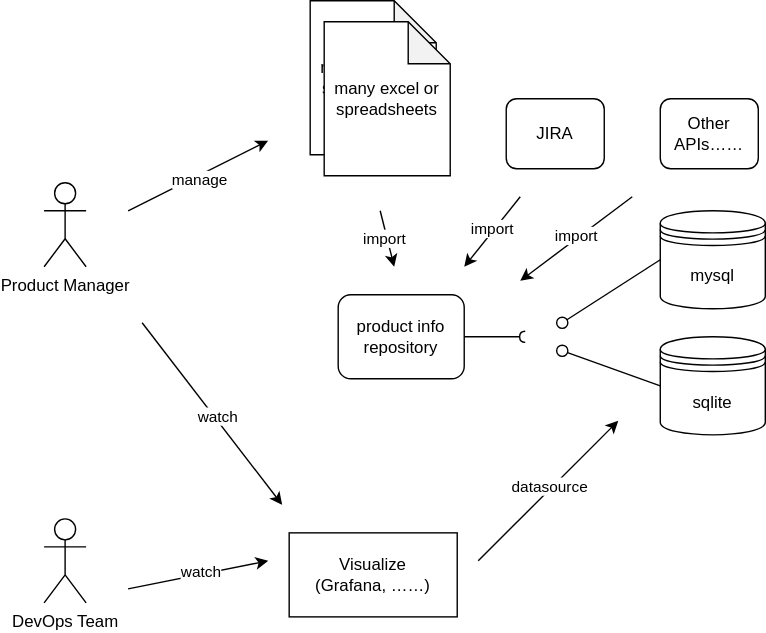
Earlier version of the draw.io export docs/design.drawio.svg (go-zen-chu/product-measurement). Source tidied: cells renumbered, new cells last; positions are measured from the earlier drawing's top-left corner, leaving out a move shared by most shapes. Source of this version:
```xml
<mxGraphModel>
  <root>
    <mxCell id="0" />
    <mxCell id="1" parent="0" />
    <mxCell id="2" value="Product Manager" style="shape=umlActor;verticalLabelPosition=bottom;verticalAlign=top;html=1;" parent="1" vertex="1">
      <mxGeometry y="130" width="30" height="60" as="geometry" />
    </mxCell>
    <mxCell id="3" value="many excel or spreadsheets" style="shape=note;whiteSpace=wrap;html=1;backgroundOutline=1;darkOpacity=0.05;" parent="1" vertex="1">
      <mxGeometry x="190" width="90" height="110" as="geometry" />
    </mxCell>
    <mxCell id="4" value="many excel or spreadsheets" style="shape=note;whiteSpace=wrap;html=1;backgroundOutline=1;darkOpacity=0.05;" parent="1" vertex="1">
      <mxGeometry x="200" y="15" width="90" height="110" as="geometry" />
    </mxCell>
    <mxCell id="5" value="mysql" style="shape=datastore;whiteSpace=wrap;html=1;" parent="1" vertex="1">
      <mxGeometry x="440" y="150" width="75" height="70" as="geometry" />
    </mxCell>
    <mxCell id="6" style="html=1;verticalAlign=bottom;labelBackgroundColor=none;endArrow=oval;endFill=0;endSize=8;exitX=0;exitY=0.5;exitDx=0;exitDy=0;" parent="1" edge="1" source="5">
      <mxGeometry relative="1" as="geometry">
        <mxPoint x="370" y="230" as="targetPoint" />
      </mxGeometry>
    </mxCell>
    <mxCell id="7" value="sqlite" style="shape=datastore;whiteSpace=wrap;html=1;" parent="1" vertex="1">
      <mxGeometry x="440" y="240" width="75" height="70" as="geometry" />
    </mxCell>
    <mxCell id="8" style="html=1;verticalAlign=bottom;labelBackgroundColor=none;endArrow=oval;endFill=0;endSize=8;exitX=0;exitY=0.5;exitDx=0;exitDy=0;" parent="1" edge="1" source="7">
      <mxGeometry relative="1" as="geometry">
        <mxPoint x="370" y="250" as="targetPoint" />
      </mxGeometry>
    </mxCell>
    <mxCell id="9" style="group;" parent="1" vertex="1">
      <mxGeometry x="210" y="210" width="170" height="60" as="geometry" />
    </mxCell>
    <mxCell id="10" value="product info&lt;br&gt;repository" style="rounded=1;whiteSpace=wrap;html=1;" parent="9" vertex="1">
      <mxGeometry width="90" height="60" as="geometry" />
    </mxCell>
    <mxCell id="11" style="html=1;verticalAlign=bottom;labelBackgroundColor=none;endArrow=halfCircle;endFill=0;endSize=2;exitX=1;exitY=0.5;exitDx=0;exitDy=0;" parent="9" edge="1" source="10">
      <mxGeometry relative="1" as="geometry">
        <mxPoint x="133.6" y="30" as="targetPoint" />
      </mxGeometry>
    </mxCell>
    <mxCell id="12" style="endArrow=classic;html=1;" parent="1" edge="1">
      <mxGeometry relative="1" as="geometry">
        <mxPoint x="240" y="150" as="sourcePoint" />
        <mxPoint x="250" y="190" as="targetPoint" />
      </mxGeometry>
    </mxCell>
    <mxCell id="13" value="import" style="edgeLabel;html=1;align=center;verticalAlign=middle;" parent="12" vertex="1">
      <mxGeometry x="-0.02" y="-2" relative="1" as="geometry" />
    </mxCell>
    <mxCell id="14" value="Visualize&lt;br&gt;(Grafana, ……)" style="rounded=0;whiteSpace=wrap;html=1;" parent="1" vertex="1">
      <mxGeometry x="175" y="380" width="120" height="60" as="geometry" />
    </mxCell>
    <mxCell id="15" style="endArrow=classic;html=1;" parent="1" edge="1">
      <mxGeometry relative="1" as="geometry">
        <mxPoint x="60" y="150" as="sourcePoint" />
        <mxPoint x="160" y="100" as="targetPoint" />
      </mxGeometry>
    </mxCell>
    <mxCell id="16" value="manage" style="edgeLabel;html=1;align=center;verticalAlign=middle;" parent="15" vertex="1">
      <mxGeometry x="-0.02" y="-2" relative="1" as="geometry" />
    </mxCell>
    <mxCell id="17" style="endArrow=classic;html=1;" parent="1" edge="1">
      <mxGeometry relative="1" as="geometry">
        <mxPoint x="310" y="400" as="sourcePoint" />
        <mxPoint x="410" y="300" as="targetPoint" />
      </mxGeometry>
    </mxCell>
    <mxCell id="18" value="datasource" style="edgeLabel;html=1;align=center;verticalAlign=middle;" parent="17" vertex="1">
      <mxGeometry x="0.03" y="2" relative="1" as="geometry" />
    </mxCell>
    <mxCell id="19" value="DevOps Team" style="shape=umlActor;verticalLabelPosition=bottom;verticalAlign=top;html=1;" parent="1" vertex="1">
      <mxGeometry y="370" width="30" height="60" as="geometry" />
    </mxCell>
    <mxCell id="20" style="endArrow=classic;html=1;" parent="1" edge="1">
      <mxGeometry relative="1" as="geometry">
        <mxPoint x="70" y="230" as="sourcePoint" />
        <mxPoint x="170" y="360" as="targetPoint" />
      </mxGeometry>
    </mxCell>
    <mxCell id="21" value="watch" style="edgeLabel;html=1;align=center;verticalAlign=middle;" parent="20" vertex="1">
      <mxGeometry x="0.03" y="2" relative="1" as="geometry" />
    </mxCell>
    <mxCell id="22" style="endArrow=classic;html=1;" parent="1" edge="1">
      <mxGeometry relative="1" as="geometry">
        <mxPoint x="60" y="420" as="sourcePoint" />
        <mxPoint x="160" y="400" as="targetPoint" />
      </mxGeometry>
    </mxCell>
    <mxCell id="23" value="watch" style="edgeLabel;html=1;align=center;verticalAlign=middle;" parent="22" vertex="1">
      <mxGeometry x="0.03" y="2" relative="1" as="geometry" />
    </mxCell>
    <mxCell id="24" style="endArrow=classic;html=1;" parent="1" edge="1">
      <mxGeometry relative="1" as="geometry">
        <mxPoint x="340" y="140" as="sourcePoint" />
        <mxPoint x="300" y="190" as="targetPoint" />
      </mxGeometry>
    </mxCell>
    <mxCell id="25" value="import" style="edgeLabel;html=1;align=center;verticalAlign=middle;" parent="24" vertex="1">
      <mxGeometry x="-0.02" y="-2" relative="1" as="geometry" />
    </mxCell>
    <mxCell id="26" value="JIRA" style="rounded=1;whiteSpace=wrap;html=1;" parent="1" vertex="1">
      <mxGeometry x="330" y="70" width="70" height="50" as="geometry" />
    </mxCell>
    <mxCell id="27" value="Other APIs……" style="rounded=1;whiteSpace=wrap;html=1;" parent="1" vertex="1">
      <mxGeometry x="440" y="70" width="70" height="50" as="geometry" />
    </mxCell>
    <mxCell id="28" style="endArrow=classic;html=1;" parent="1" edge="1">
      <mxGeometry relative="1" as="geometry">
        <mxPoint x="420" y="140" as="sourcePoint" />
        <mxPoint x="340" y="200" as="targetPoint" />
      </mxGeometry>
    </mxCell>
    <mxCell id="29" value="import" style="edgeLabel;html=1;align=center;verticalAlign=middle;" parent="28" vertex="1">
      <mxGeometry x="-0.02" y="-2" relative="1" as="geometry" />
    </mxCell>
  </root>
</mxGraphModel>
```
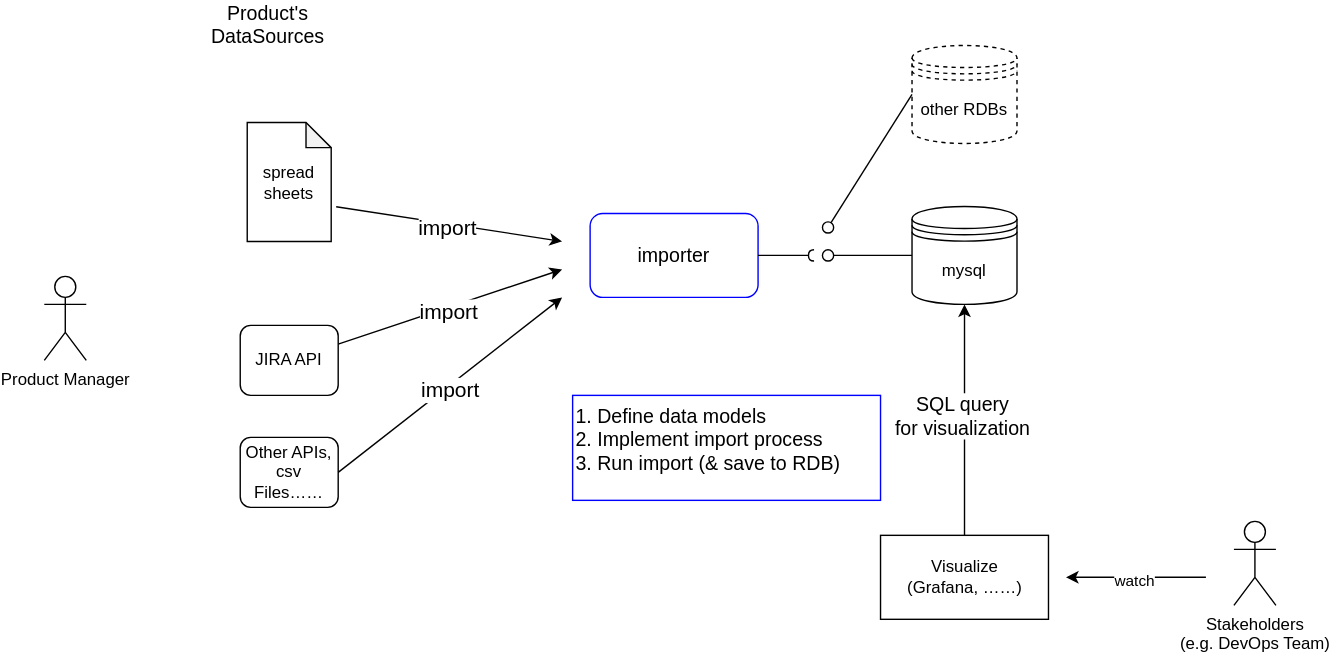
The same file after the commit.

What changed in the source:
```diff
@@ -3,115 +3,91 @@
     <mxCell id="0" />
     <mxCell id="1" parent="0" />
     <mxCell id="2" value="Product Manager" style="shape=umlActor;verticalLabelPosition=bottom;verticalAlign=top;html=1;" parent="1" vertex="1">
-      <mxGeometry y="130" width="30" height="60" as="geometry" />
+      <mxGeometry x="50" y="185" width="30" height="60" as="geometry" />
     </mxCell>
-    <mxCell id="3" value="many excel or spreadsheets" style="shape=note;whiteSpace=wrap;html=1;backgroundOutline=1;darkOpacity=0.05;" parent="1" vertex="1">
-      <mxGeometry x="190" width="90" height="110" as="geometry" />
-    </mxCell>
-    <mxCell id="4" value="many excel or spreadsheets" style="shape=note;whiteSpace=wrap;html=1;backgroundOutline=1;darkOpacity=0.05;" parent="1" vertex="1">
-      <mxGeometry x="200" y="15" width="90" height="110" as="geometry" />
+    <mxCell id="4" value="spread&lt;br&gt;sheets" style="shape=note;html=1;backgroundOutline=1;darkOpacity=0.05;whiteSpace=wrap;size=18;" parent="1" vertex="1">
+      <mxGeometry x="195" y="75" width="60" height="85" as="geometry" />
     </mxCell>
     <mxCell id="5" value="mysql" style="shape=datastore;whiteSpace=wrap;html=1;" parent="1" vertex="1">
-      <mxGeometry x="440" y="150" width="75" height="70" as="geometry" />
+      <mxGeometry x="670" y="135" width="75" height="70" as="geometry" />
     </mxCell>
     <mxCell id="6" style="html=1;verticalAlign=bottom;labelBackgroundColor=none;endArrow=oval;endFill=0;endSize=8;exitX=0;exitY=0.5;exitDx=0;exitDy=0;" parent="1" edge="1" source="5">
       <mxGeometry relative="1" as="geometry">
-        <mxPoint x="370" y="230" as="targetPoint" />
+        <mxPoint x="610" y="170" as="targetPoint" />
       </mxGeometry>
     </mxCell>
-    <mxCell id="7" value="sqlite" style="shape=datastore;whiteSpace=wrap;html=1;" parent="1" vertex="1">
-      <mxGeometry x="440" y="240" width="75" height="70" as="geometry" />
-    </mxCell>
-    <mxCell id="8" style="html=1;verticalAlign=bottom;labelBackgroundColor=none;endArrow=oval;endFill=0;endSize=8;exitX=0;exitY=0.5;exitDx=0;exitDy=0;" parent="1" edge="1" source="7">
-      <mxGeometry relative="1" as="geometry">
-        <mxPoint x="370" y="250" as="targetPoint" />
-      </mxGeometry>
-    </mxCell>
-    <mxCell id="9" style="group;" parent="1" vertex="1">
-      <mxGeometry x="210" y="210" width="170" height="60" as="geometry" />
-    </mxCell>
-    <mxCell id="10" value="product info&lt;br&gt;repository" style="rounded=1;whiteSpace=wrap;html=1;" parent="9" vertex="1">
-      <mxGeometry width="90" height="60" as="geometry" />
-    </mxCell>
-    <mxCell id="11" style="html=1;verticalAlign=bottom;labelBackgroundColor=none;endArrow=halfCircle;endFill=0;endSize=2;exitX=1;exitY=0.5;exitDx=0;exitDy=0;" parent="9" edge="1" source="10">
-      <mxGeometry relative="1" as="geometry">
-        <mxPoint x="133.6" y="30" as="targetPoint" />
-      </mxGeometry>
-    </mxCell>
-    <mxCell id="12" style="endArrow=classic;html=1;" parent="1" edge="1">
+    <mxCell id="12" style="endArrow=classic;html=1;exitX=1.059;exitY=0.708;exitDx=0;exitDy=0;exitPerimeter=0;" parent="1" edge="1" source="4">
       <mxGeometry relative="1" as="geometry">
-        <mxPoint x="240" y="150" as="sourcePoint" />
-        <mxPoint x="250" y="190" as="targetPoint" />
+        <mxPoint x="420" y="160" as="targetPoint" />
       </mxGeometry>
     </mxCell>
-    <mxCell id="13" value="import" style="edgeLabel;html=1;align=center;verticalAlign=middle;" parent="12" vertex="1">
+    <mxCell id="13" value="import" style="edgeLabel;html=1;align=center;verticalAlign=middle;fontSize=15;" parent="12" vertex="1">
       <mxGeometry x="-0.02" y="-2" relative="1" as="geometry" />
     </mxCell>
     <mxCell id="14" value="Visualize&lt;br&gt;(Grafana, ……)" style="rounded=0;whiteSpace=wrap;html=1;" parent="1" vertex="1">
-      <mxGeometry x="175" y="380" width="120" height="60" as="geometry" />
+      <mxGeometry x="647.5" y="370" width="120" height="60" as="geometry" />
     </mxCell>
-    <mxCell id="15" style="endArrow=classic;html=1;" parent="1" edge="1">
-      <mxGeometry relative="1" as="geometry">
-        <mxPoint x="60" y="150" as="sourcePoint" />
-        <mxPoint x="160" y="100" as="targetPoint" />
-      </mxGeometry>
-    </mxCell>
-    <mxCell id="16" value="manage" style="edgeLabel;html=1;align=center;verticalAlign=middle;" parent="15" vertex="1">
-      <mxGeometry x="-0.02" y="-2" relative="1" as="geometry" />
-    </mxCell>
-    <mxCell id="17" style="endArrow=classic;html=1;" parent="1" edge="1">
-      <mxGeometry relative="1" as="geometry">
-        <mxPoint x="310" y="400" as="sourcePoint" />
-        <mxPoint x="410" y="300" as="targetPoint" />
-      </mxGeometry>
+    <mxCell id="17" style="endArrow=classic;html=1;entryX=0.5;entryY=1;entryDx=0;entryDy=0;" parent="1" edge="1" source="14" target="5">
+      <mxGeometry relative="1" as="geometry" />
     </mxCell>
-    <mxCell id="18" value="datasource" style="edgeLabel;html=1;align=center;verticalAlign=middle;" parent="17" vertex="1">
+    <mxCell id="18" value="SQL query&lt;br style=&quot;font-size: 14px;&quot;&gt;for visualization" style="edgeLabel;html=1;align=center;verticalAlign=middle;fontSize=14;" parent="17" vertex="1">
       <mxGeometry x="0.03" y="2" relative="1" as="geometry" />
     </mxCell>
-    <mxCell id="19" value="DevOps Team" style="shape=umlActor;verticalLabelPosition=bottom;verticalAlign=top;html=1;" parent="1" vertex="1">
-      <mxGeometry y="370" width="30" height="60" as="geometry" />
+    <mxCell id="19" value="Stakeholders&lt;br&gt;(e.g. DevOps Team)" style="shape=umlActor;verticalLabelPosition=bottom;verticalAlign=top;html=1;" parent="1" vertex="1">
+      <mxGeometry x="900" y="360" width="30" height="60" as="geometry" />
     </mxCell>
-    <mxCell id="20" style="endArrow=classic;html=1;" parent="1" edge="1">
-      <mxGeometry relative="1" as="geometry">
-        <mxPoint x="70" y="230" as="sourcePoint" />
-        <mxPoint x="170" y="360" as="targetPoint" />
-      </mxGeometry>
-    </mxCell>
-    <mxCell id="21" value="watch" style="edgeLabel;html=1;align=center;verticalAlign=middle;" parent="20" vertex="1">
-      <mxGeometry x="0.03" y="2" relative="1" as="geometry" />
-    </mxCell>
     <mxCell id="22" style="endArrow=classic;html=1;" parent="1" edge="1">
       <mxGeometry relative="1" as="geometry">
-        <mxPoint x="60" y="420" as="sourcePoint" />
-        <mxPoint x="160" y="400" as="targetPoint" />
+        <mxPoint x="880" y="400" as="sourcePoint" />
+        <mxPoint x="780" y="400" as="targetPoint" />
       </mxGeometry>
     </mxCell>
     <mxCell id="23" value="watch" style="edgeLabel;html=1;align=center;verticalAlign=middle;" parent="22" vertex="1">
       <mxGeometry x="0.03" y="2" relative="1" as="geometry" />
     </mxCell>
-    <mxCell id="24" style="endArrow=classic;html=1;" parent="1" edge="1">
+    <mxCell id="24" style="endArrow=classic;html=1;" parent="1" edge="1" source="26">
       <mxGeometry relative="1" as="geometry">
-        <mxPoint x="340" y="140" as="sourcePoint" />
-        <mxPoint x="300" y="190" as="targetPoint" />
+        <mxPoint x="420" y="180" as="targetPoint" />
       </mxGeometry>
     </mxCell>
-    <mxCell id="25" value="import" style="edgeLabel;html=1;align=center;verticalAlign=middle;" parent="24" vertex="1">
+    <mxCell id="25" value="import" style="edgeLabel;html=1;align=center;verticalAlign=middle;fontSize=15;" parent="24" vertex="1">
       <mxGeometry x="-0.02" y="-2" relative="1" as="geometry" />
     </mxCell>
-    <mxCell id="26" value="JIRA" style="rounded=1;whiteSpace=wrap;html=1;" parent="1" vertex="1">
-      <mxGeometry x="330" y="70" width="70" height="50" as="geometry" />
+    <mxCell id="26" value="JIRA API" style="rounded=1;whiteSpace=wrap;html=1;" parent="1" vertex="1">
+      <mxGeometry x="190" y="220" width="70" height="50" as="geometry" />
     </mxCell>
-    <mxCell id="27" value="Other APIs……" style="rounded=1;whiteSpace=wrap;html=1;" parent="1" vertex="1">
-      <mxGeometry x="440" y="70" width="70" height="50" as="geometry" />
+    <mxCell id="27" value="Other APIs, csv Files……" style="rounded=1;whiteSpace=wrap;html=1;" parent="1" vertex="1">
+      <mxGeometry x="190" y="300" width="70" height="50" as="geometry" />
     </mxCell>
-    <mxCell id="28" style="endArrow=classic;html=1;" parent="1" edge="1">
+    <mxCell id="28" style="endArrow=classic;html=1;exitX=1;exitY=0.5;exitDx=0;exitDy=0;" parent="1" edge="1" source="27">
       <mxGeometry relative="1" as="geometry">
-        <mxPoint x="420" y="140" as="sourcePoint" />
-        <mxPoint x="340" y="200" as="targetPoint" />
+        <mxPoint x="420" y="200" as="targetPoint" />
       </mxGeometry>
     </mxCell>
-    <mxCell id="29" value="import" style="edgeLabel;html=1;align=center;verticalAlign=middle;" parent="28" vertex="1">
+    <mxCell id="29" value="import" style="edgeLabel;html=1;align=center;verticalAlign=middle;fontSize=15;" parent="28" vertex="1">
       <mxGeometry x="-0.02" y="-2" relative="1" as="geometry" />
     </mxCell>
+    <mxCell id="30" value="1. Define data models&lt;br&gt;2. Implement import process&lt;br&gt;3. Run import (&amp;amp; save to RDB)" style="whiteSpace=wrap;html=1;strokeColor=#0000FF;align=left;verticalAlign=top;fontSize=14;" parent="1" vertex="1">
+      <mxGeometry x="427.5" y="270" width="220" height="75" as="geometry" />
+    </mxCell>
+    <mxCell id="31" value="Product's DataSources" style="text;html=1;strokeColor=none;fillColor=none;align=center;verticalAlign=middle;whiteSpace=wrap;rounded=0;fontSize=14;" parent="1" vertex="1">
+      <mxGeometry x="180" y="-10" width="60" height="30" as="geometry" />
+    </mxCell>
+    <mxCell id="32" value="importer" style="rounded=1;whiteSpace=wrap;html=1;strokeColor=#0000FF;fontSize=14;" parent="1" vertex="1">
+      <mxGeometry x="440" y="140" width="120" height="60" as="geometry" />
+    </mxCell>
+    <mxCell id="33" style="html=1;verticalAlign=bottom;labelBackgroundColor=none;startArrow=halfCircle;startFill=0;startSize=2;endArrow=none;fontSize=14;entryX=1;entryY=0.5;entryDx=0;entryDy=0;" parent="1" edge="1" target="32">
+      <mxGeometry x="-1" y="3" relative="1" as="geometry">
+        <mxPoint x="600" y="170" as="sourcePoint" />
+      </mxGeometry>
+    </mxCell>
+    <mxCell id="34" value="other RDBs" style="shape=datastore;whiteSpace=wrap;html=1;dashed=1;" parent="1" vertex="1">
+      <mxGeometry x="670" y="20" width="75" height="70" as="geometry" />
+    </mxCell>
+    <mxCell id="35" style="html=1;verticalAlign=bottom;labelBackgroundColor=none;endArrow=oval;endFill=0;endSize=8;exitX=0;exitY=0.5;exitDx=0;exitDy=0;" parent="1" edge="1" source="34">
+      <mxGeometry relative="1" as="geometry">
+        <mxPoint x="610" y="150" as="targetPoint" />
+      </mxGeometry>
+    </mxCell>
   </root>
 </mxGraphModel>
```
